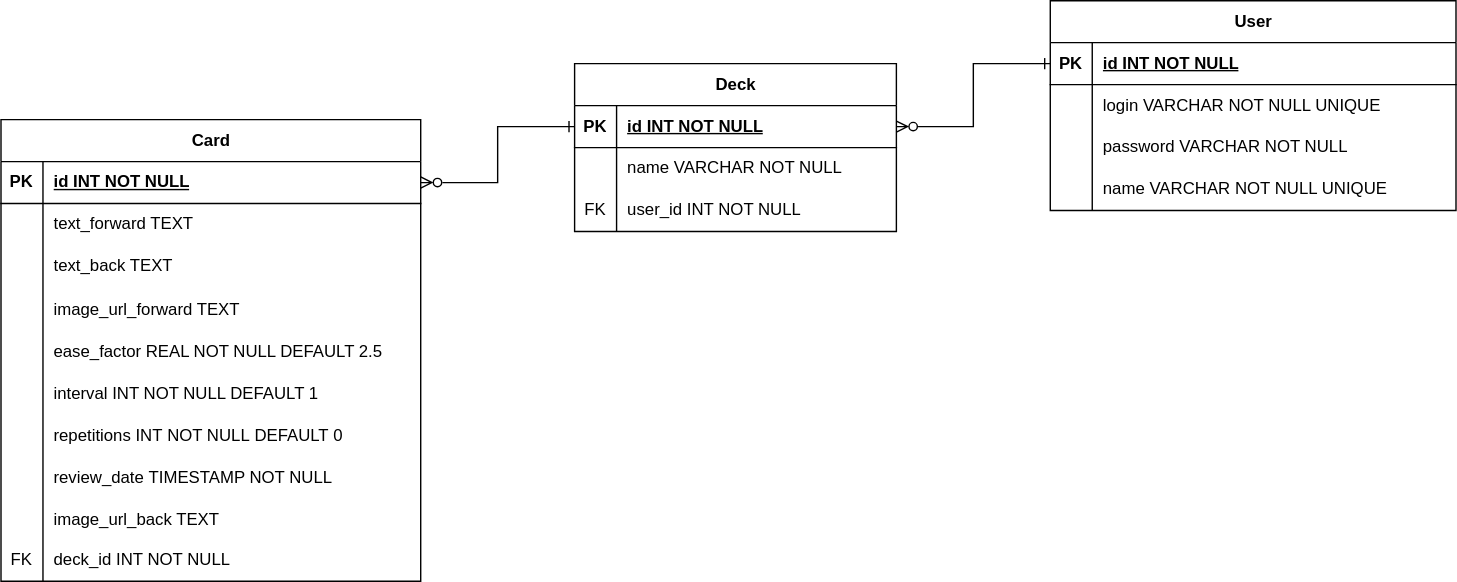
Earlier version of the draw.io export api/docs/db-diagram.drawio.svg (philippOkie/fleshcards-app). Source tidied: cells renumbered, new cells last; positions are measured from the earlier drawing's top-left corner, leaving out a move shared by most shapes.
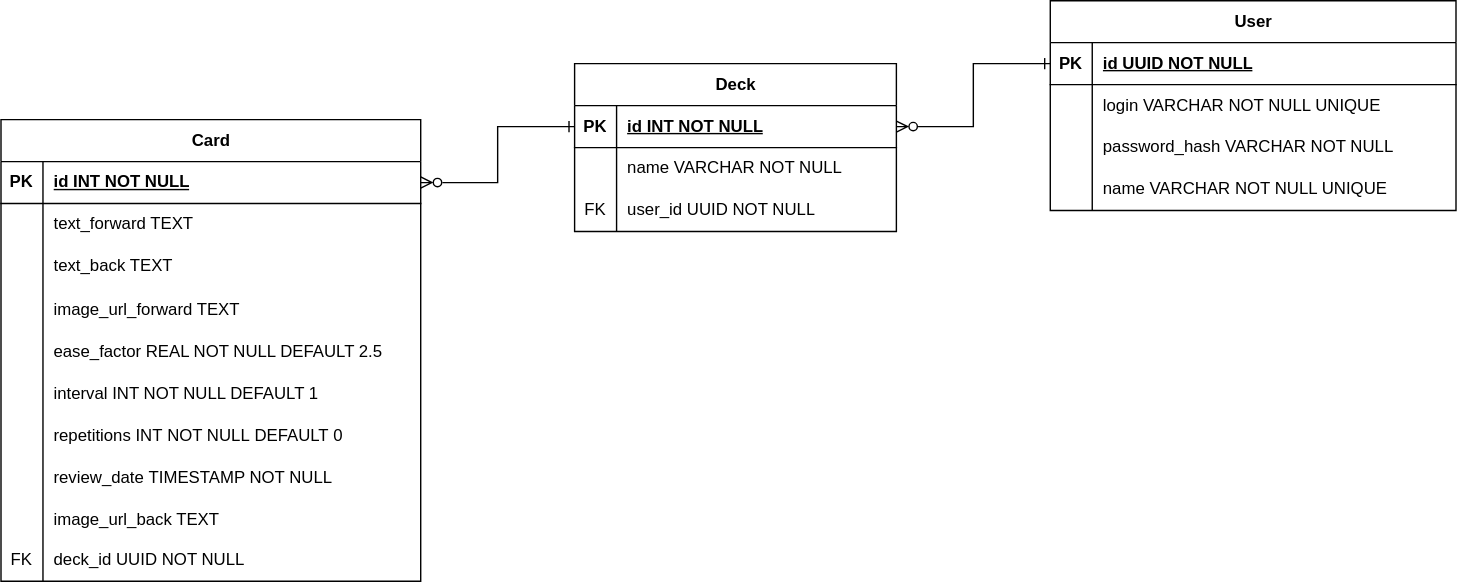
Above is the later version.

What changed in the source:
```diff
@@ -92,7 +92,7 @@
     <mxCell id="31" value="FK" style="shape=partialRectangle;fillColor=none;top=0;left=0;bottom=0;right=0;fontStyle=0;overflow=hidden;whiteSpace=wrap;html=1;" parent="30" vertex="1">
       <mxGeometry width="30" height="30" as="geometry" />
     </mxCell>
-    <mxCell id="32" value="deck_id INT NOT NULL" style="shape=partialRectangle;fillColor=none;top=0;left=0;bottom=0;right=0;align=left;spacingLeft=6;fontStyle=0;overflow=hidden;whiteSpace=wrap;html=1;" parent="30" vertex="1">
+    <mxCell id="32" value="deck_id UUID NOT NULL" style="shape=partialRectangle;fillColor=none;top=0;left=0;bottom=0;right=0;align=left;spacingLeft=6;fontStyle=0;overflow=hidden;whiteSpace=wrap;html=1;" parent="30" vertex="1">
       <mxGeometry x="30" width="270" height="30" as="geometry" />
     </mxCell>
     <mxCell id="33" value="Deck" style="shape=table;startSize=30;rowLines=0;fontStyle=1;align=center;html=1;" parent="1" vertex="1">
@@ -122,7 +122,7 @@
     <mxCell id="41" value="FK" style="shape=partialRectangle;fillColor=none;top=0;left=0;bottom=0;right=0;fontStyle=0;overflow=hidden;whiteSpace=wrap;html=1;" parent="40" vertex="1">
       <mxGeometry width="30" height="30" as="geometry" />
     </mxCell>
-    <mxCell id="42" value="user_id INT NOT NULL" style="shape=partialRectangle;fillColor=none;top=0;left=0;bottom=0;right=0;align=left;spacingLeft=6;fontStyle=0;overflow=hidden;whiteSpace=wrap;html=1;" parent="40" vertex="1">
+    <mxCell id="42" value="user_id UUID NOT NULL" style="shape=partialRectangle;fillColor=none;top=0;left=0;bottom=0;right=0;align=left;spacingLeft=6;fontStyle=0;overflow=hidden;whiteSpace=wrap;html=1;" parent="40" vertex="1">
       <mxGeometry x="30" width="200" height="30" as="geometry" />
     </mxCell>
     <mxCell id="43" value="User" style="shape=table;startSize=30;rowLines=0;fontStyle=1;align=center;html=1;" parent="1" vertex="1">
@@ -134,7 +134,7 @@
     <mxCell id="45" value="PK" style="shape=partialRectangle;fillColor=none;top=0;left=0;bottom=0;right=0;fontStyle=1;overflow=hidden;whiteSpace=wrap;html=1;" parent="44" vertex="1">
       <mxGeometry width="30" height="30" as="geometry" />
     </mxCell>
-    <mxCell id="46" value="id INT NOT NULL" style="shape=partialRectangle;fillColor=none;top=0;left=0;bottom=0;right=0;align=left;spacingLeft=6;fontStyle=5;overflow=hidden;whiteSpace=wrap;html=1;" parent="44" vertex="1">
+    <mxCell id="46" value="id UUID NOT NULL" style="shape=partialRectangle;fillColor=none;top=0;left=0;bottom=0;right=0;align=left;spacingLeft=6;fontStyle=5;overflow=hidden;whiteSpace=wrap;html=1;" parent="44" vertex="1">
       <mxGeometry x="30" width="260" height="30" as="geometry" />
     </mxCell>
     <mxCell id="47" style="shape=tableRow;horizontal=0;startSize=0;swimlaneHead=0;swimlaneBody=0;fillColor=none;top=0;left=0;right=0;bottom=0;" parent="43" vertex="1">
@@ -152,7 +152,7 @@
     <mxCell id="51" style="shape=partialRectangle;fillColor=none;top=0;left=0;bottom=0;right=0;overflow=hidden;whiteSpace=wrap;html=1;" parent="50" vertex="1">
       <mxGeometry width="30" height="30" as="geometry" />
     </mxCell>
-    <mxCell id="52" value="password VARCHAR NOT NULL" style="shape=partialRectangle;fillColor=none;top=0;left=0;bottom=0;right=0;align=left;spacingLeft=6;overflow=hidden;whiteSpace=wrap;html=1;" parent="50" vertex="1">
+    <mxCell id="52" value="password_hash VARCHAR NOT NULL" style="shape=partialRectangle;fillColor=none;top=0;left=0;bottom=0;right=0;align=left;spacingLeft=6;overflow=hidden;whiteSpace=wrap;html=1;" parent="50" vertex="1">
       <mxGeometry x="30" width="260" height="30" as="geometry" />
     </mxCell>
     <mxCell id="53" style="shape=tableRow;horizontal=0;startSize=0;swimlaneHead=0;swimlaneBody=0;fillColor=none;top=0;left=0;right=0;bottom=0;" parent="43" vertex="1">
```
